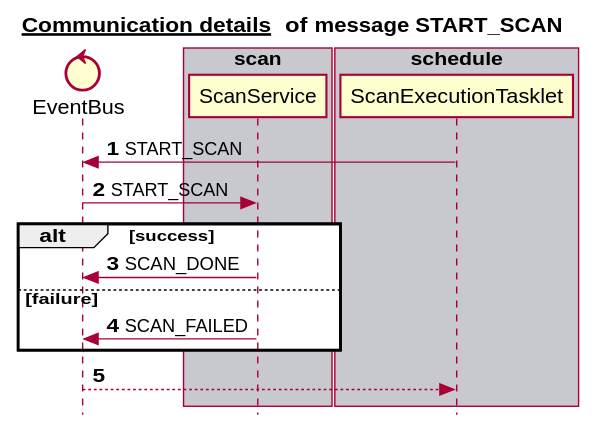
This is docs/latest/images/gen_domain_messaging_start_scan.svg from mercedes-benz/sechub, a PlantUML export, as it was before one commit.
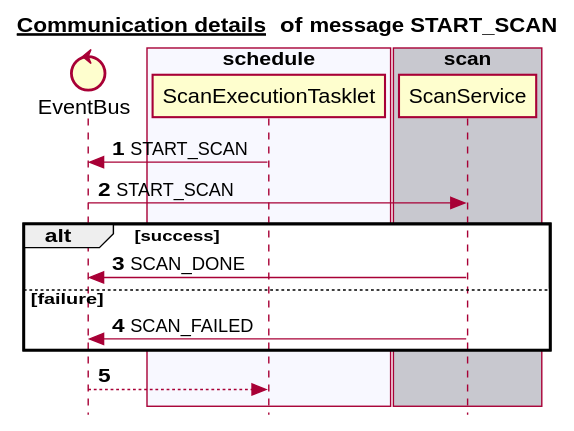
Above is the later version.

Change to the diagram source:
```diff
@@ -6,17 +6,17 @@
 
 
 control EventBus
-box "scan" #C8C8CF
-   participant ScanService
+box "notification" #C8C8CF
 end box
 box "authorization" #F8F8FF
 end box
 box "administration" #C8C8CF
 end box
-box "notification" #F8F8FF
+box "schedule" #F8F8FF
+   participant ScanExecutionTasklet
 end box
-box "schedule" #C8C8CF
-   participant ScanExecutionTasklet
+box "scan" #C8C8CF
+   participant ScanService
 end box
 autonumber 1
 ScanExecutionTasklet -> EventBus:START_SCAN
```
